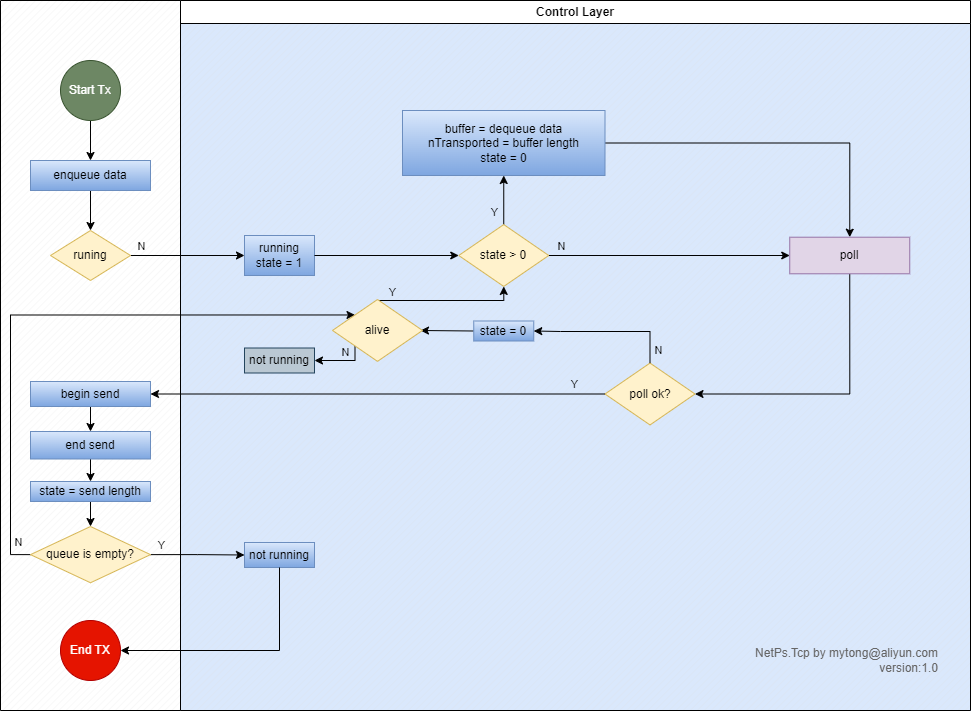
This is src/NetPs.Tcp/doc/TcpTx.png from NetProtocols/NetPs, a draw.io export, as it was before one commit. Source tidied: cells renumbered, new cells last; positions are measured from the earlier drawing's top-left corner, leaving out a move shared by most shapes. Source of this version:
```xml
<mxGraphModel>
  <root>
    <mxCell id="0" />
    <mxCell id="1" parent="0" />
    <mxCell id="2" style="verticalLabelPosition=bottom;verticalAlign=top;html=1;shape=mxgraph.basic.patternFillRect;fillStyle=diag;step=5;fillStrokeWidth=0.2;fillStrokeColor=#dddddd;fillColor=#dae8fc;strokeColor=#6c8ebf;" parent="1" vertex="1">
      <mxGeometry x="180" width="790" height="710" as="geometry" />
    </mxCell>
    <mxCell id="3" value="Control Layer" style="swimlane;whiteSpace=wrap;html=1;startSize=23;" parent="1" vertex="1">
      <mxGeometry x="180" width="790" height="710" as="geometry" />
    </mxCell>
    <mxCell id="4" style="edgeStyle=orthogonalEdgeStyle;rounded=0;jettySize=auto;html=1;exitX=0.5;exitY=0;exitDx=0;exitDy=0;entryX=0.5;entryY=1;entryDx=0;entryDy=0;" parent="3" edge="1" source="8" target="10">
      <mxGeometry relative="1" as="geometry" />
    </mxCell>
    <mxCell id="5" value="Y" style="edgeLabel;html=1;align=center;verticalAlign=middle;labelBackgroundColor=none;" parent="4" vertex="1">
      <mxGeometry x="-0.47" y="-2" relative="1" as="geometry">
        <mxPoint x="-12" as="offset" />
      </mxGeometry>
    </mxCell>
    <mxCell id="6" style="edgeStyle=orthogonalEdgeStyle;rounded=0;jettySize=auto;html=1;exitX=1;exitY=0.5;exitDx=0;exitDy=0;entryX=0;entryY=0.5;entryDx=0;entryDy=0;" parent="3" edge="1" source="8" target="12">
      <mxGeometry relative="1" as="geometry" />
    </mxCell>
    <mxCell id="7" value="N" style="edgeLabel;html=1;align=center;verticalAlign=middle;labelBackgroundColor=none;" parent="6" vertex="1">
      <mxGeometry x="-0.89" y="3" relative="1" as="geometry">
        <mxPoint x="-1" y="-7" as="offset" />
      </mxGeometry>
    </mxCell>
    <mxCell id="8" value="state &amp;gt; 0" style="rhombus;whiteSpace=wrap;html=1;fillColor=#fff2cc;strokeColor=#d6b656;" parent="3" vertex="1">
      <mxGeometry x="278.2" y="224.1" width="90" height="61.9" as="geometry" />
    </mxCell>
    <mxCell id="9" style="edgeStyle=orthogonalEdgeStyle;rounded=0;jettySize=auto;html=1;exitX=1;exitY=0.5;exitDx=0;exitDy=0;entryX=0.5;entryY=0;entryDx=0;entryDy=0;" parent="3" edge="1" source="10" target="12">
      <mxGeometry relative="1" as="geometry" />
    </mxCell>
    <mxCell id="10" value="buffer = dequeue data&lt;br&gt;nTransported = buffer length&lt;br&gt;state = 0" style="whiteSpace=wrap;html=1;fillColor=#dae8fc;gradientColor=#7ea6e0;strokeColor=#6c8ebf;" parent="3" vertex="1">
      <mxGeometry x="222" y="110" width="202.5" height="65" as="geometry" />
    </mxCell>
    <mxCell id="11" style="edgeStyle=orthogonalEdgeStyle;rounded=0;jettySize=auto;html=1;exitX=0.5;exitY=1;exitDx=0;exitDy=0;entryX=1;entryY=0.5;entryDx=0;entryDy=0;" parent="3" edge="1" source="12" target="13">
      <mxGeometry relative="1" as="geometry" />
    </mxCell>
    <mxCell id="12" value="poll" style="whiteSpace=wrap;html=1;fillColor=#e1d5e7;strokeColor=#9673a6;" parent="3" vertex="1">
      <mxGeometry x="609.2" y="236.7" width="120" height="36.6" as="geometry" />
    </mxCell>
    <mxCell id="13" value="poll ok?" style="rhombus;whiteSpace=wrap;html=1;fillColor=#fff2cc;strokeColor=#d6b656;" parent="3" vertex="1">
      <mxGeometry x="424.5" y="362.6" width="90" height="61.9" as="geometry" />
    </mxCell>
    <mxCell id="14" value="not running" style="whiteSpace=wrap;html=1;fillColor=#dae8fc;strokeColor=#6c8ebf;gradientColor=#7ea6e0;" parent="3" vertex="1">
      <mxGeometry x="64" y="542" width="70" height="25" as="geometry" />
    </mxCell>
    <mxCell id="15" value="not running" style="whiteSpace=wrap;html=1;fillColor=#bac8d3;strokeColor=#23445d;" parent="3" vertex="1">
      <mxGeometry x="64" y="347.5" width="70" height="25" as="geometry" />
    </mxCell>
    <mxCell id="16" value="running&lt;br&gt;state = 1" style="whiteSpace=wrap;html=1;fillColor=#dae8fc;strokeColor=#6c8ebf;gradientColor=#7ea6e0;" parent="3" vertex="1">
      <mxGeometry x="64" y="235" width="70" height="40" as="geometry" />
    </mxCell>
    <mxCell id="17" style="edgeStyle=orthogonalEdgeStyle;rounded=0;jettySize=auto;html=1;exitX=1;exitY=0.5;exitDx=0;exitDy=0;entryX=0;entryY=0.5;entryDx=0;entryDy=0;" parent="3" edge="1" source="16" target="8">
      <mxGeometry relative="1" as="geometry" />
    </mxCell>
    <mxCell id="18" style="edgeStyle=orthogonalEdgeStyle;rounded=0;jettySize=auto;html=1;exitX=0;exitY=0.5;exitDx=0;exitDy=0;" parent="3" edge="1" source="19">
      <mxGeometry relative="1" as="geometry">
        <mxPoint x="240" y="330" as="targetPoint" />
      </mxGeometry>
    </mxCell>
    <mxCell id="19" value="state = 0" style="whiteSpace=wrap;html=1;fillColor=#dae8fc;strokeColor=#6c8ebf;gradientColor=#7ea6e0;" parent="3" vertex="1">
      <mxGeometry x="293.2" y="320.5" width="60" height="20" as="geometry" />
    </mxCell>
    <mxCell id="20" style="edgeStyle=orthogonalEdgeStyle;rounded=0;jettySize=auto;html=1;exitX=0.5;exitY=0;exitDx=0;exitDy=0;entryX=1;entryY=0.5;entryDx=0;entryDy=0;" parent="3" edge="1" source="13" target="19">
      <mxGeometry relative="1" as="geometry">
        <Array as="points">
          <mxPoint x="470" y="331" />
          <mxPoint x="380" y="331" />
        </Array>
      </mxGeometry>
    </mxCell>
    <mxCell id="21" value="N" style="edgeLabel;html=1;align=center;verticalAlign=middle;labelBackgroundColor=none;" parent="20" vertex="1">
      <mxGeometry x="-0.97" y="-1" relative="1" as="geometry">
        <mxPoint x="7" y="-11" as="offset" />
      </mxGeometry>
    </mxCell>
    <mxCell id="22" style="verticalLabelPosition=bottom;verticalAlign=top;html=1;shape=mxgraph.basic.patternFillRect;fillStyle=diag;step=5;fillStrokeWidth=0.2;fillStrokeColor=#dddddd;" parent="1" vertex="1">
      <mxGeometry width="180" height="710" as="geometry" />
    </mxCell>
    <mxCell id="23" style="edgeStyle=orthogonalEdgeStyle;rounded=0;jettySize=auto;html=1;exitX=0.5;exitY=1;exitDx=0;exitDy=0;entryX=0.5;entryY=0;entryDx=0;entryDy=0;" parent="1" edge="1" source="24" target="40">
      <mxGeometry relative="1" as="geometry" />
    </mxCell>
    <mxCell id="24" value="Start Tx" style="ellipse;whiteSpace=wrap;html=1;fillColor=#6d8764;fontColor=#ffffff;strokeColor=#3A5431;" parent="1" vertex="1">
      <mxGeometry x="60" y="60" width="60" height="60" as="geometry" />
    </mxCell>
    <mxCell id="25" style="edgeStyle=orthogonalEdgeStyle;rounded=0;jettySize=auto;html=1;exitX=1;exitY=0.5;exitDx=0;exitDy=0;" parent="1" edge="1" source="27" target="16">
      <mxGeometry relative="1" as="geometry" />
    </mxCell>
    <mxCell id="26" value="N" style="edgeLabel;html=1;align=center;verticalAlign=middle;labelBackgroundColor=none;" parent="25" vertex="1">
      <mxGeometry x="-0.76" y="4" relative="1" as="geometry">
        <mxPoint x="-4" y="-6" as="offset" />
      </mxGeometry>
    </mxCell>
    <mxCell id="27" value="runing" style="rhombus;whiteSpace=wrap;html=1;fillColor=#fff2cc;strokeColor=#d6b656;" parent="1" vertex="1">
      <mxGeometry x="50" y="230" width="80" height="50" as="geometry" />
    </mxCell>
    <mxCell id="28" style="edgeStyle=orthogonalEdgeStyle;rounded=0;jettySize=auto;html=1;" parent="1" edge="1" source="29" target="31">
      <mxGeometry relative="1" as="geometry" />
    </mxCell>
    <mxCell id="29" value="begin send" style="whiteSpace=wrap;html=1;fillColor=#dae8fc;strokeColor=#6c8ebf;gradientColor=#7ea6e0;" parent="1" vertex="1">
      <mxGeometry x="30" y="381" width="120" height="25" as="geometry" />
    </mxCell>
    <mxCell id="30" style="edgeStyle=orthogonalEdgeStyle;rounded=0;jettySize=auto;html=1;exitX=0.5;exitY=1;exitDx=0;exitDy=0;" parent="1" edge="1" source="31" target="44">
      <mxGeometry relative="1" as="geometry" />
    </mxCell>
    <mxCell id="31" value="end send" style="whiteSpace=wrap;html=1;fillColor=#dae8fc;strokeColor=#6c8ebf;gradientColor=#7ea6e0;" parent="1" vertex="1">
      <mxGeometry x="30" y="431" width="120" height="27.5" as="geometry" />
    </mxCell>
    <mxCell id="32" style="edgeStyle=orthogonalEdgeStyle;rounded=0;jettySize=auto;html=1;exitX=0;exitY=0.5;exitDx=0;exitDy=0;entryX=0;entryY=0;entryDx=0;entryDy=0;" parent="1" edge="1" source="36" target="49">
      <mxGeometry relative="1" as="geometry">
        <Array as="points">
          <mxPoint x="10" y="554" />
          <mxPoint x="10" y="315" />
        </Array>
      </mxGeometry>
    </mxCell>
    <mxCell id="33" value="N" style="edgeLabel;html=1;align=center;verticalAlign=middle;labelBackgroundColor=none;" parent="32" vertex="1">
      <mxGeometry x="-0.89" y="-3" relative="1" as="geometry">
        <mxPoint x="4" as="offset" />
      </mxGeometry>
    </mxCell>
    <mxCell id="34" style="edgeStyle=orthogonalEdgeStyle;rounded=0;jettySize=auto;html=1;exitX=1;exitY=0.5;exitDx=0;exitDy=0;" parent="1" edge="1" source="36" target="14">
      <mxGeometry relative="1" as="geometry" />
    </mxCell>
    <mxCell id="35" value="Y" style="edgeLabel;html=1;align=center;verticalAlign=middle;labelBackgroundColor=none;" parent="34" vertex="1">
      <mxGeometry x="-0.7" y="3" relative="1" as="geometry">
        <mxPoint x="-3" y="-7" as="offset" />
      </mxGeometry>
    </mxCell>
    <mxCell id="36" value="queue is empty?" style="rhombus;whiteSpace=wrap;html=1;fillColor=#fff2cc;strokeColor=#d6b656;" parent="1" vertex="1">
      <mxGeometry x="30" y="526" width="120" height="56.2" as="geometry" />
    </mxCell>
    <mxCell id="37" value="End TX" style="ellipse;whiteSpace=wrap;html=1;fillColor=#e51400;fontColor=#ffffff;strokeColor=#B20000;" parent="1" vertex="1">
      <mxGeometry x="60" y="620" width="60" height="60" as="geometry" />
    </mxCell>
    <mxCell id="38" value="&lt;font color=&quot;#666666&quot;&gt;NetPs.Tcp by mytong@aliyun.com&lt;br&gt;version:1.0&lt;br&gt;&lt;/font&gt;" style="rounded=1;whiteSpace=wrap;html=1;fillColor=none;strokeColor=none;align=right;" parent="1" vertex="1">
      <mxGeometry x="710" y="630" width="230" height="60" as="geometry" />
    </mxCell>
    <mxCell id="39" style="edgeStyle=orthogonalEdgeStyle;rounded=0;jettySize=auto;html=1;exitX=0.5;exitY=1;exitDx=0;exitDy=0;" parent="1" edge="1" source="40" target="27">
      <mxGeometry relative="1" as="geometry" />
    </mxCell>
    <mxCell id="40" value="enqueue data&lt;br&gt;" style="whiteSpace=wrap;html=1;fillColor=#dae8fc;strokeColor=#6c8ebf;gradientColor=#7ea6e0;" parent="1" vertex="1">
      <mxGeometry x="30" y="160" width="120" height="30" as="geometry" />
    </mxCell>
    <mxCell id="41" style="edgeStyle=orthogonalEdgeStyle;rounded=0;jettySize=auto;html=1;exitX=0;exitY=0.5;exitDx=0;exitDy=0;entryX=1;entryY=0.5;entryDx=0;entryDy=0;" parent="1" edge="1" source="13" target="29">
      <mxGeometry relative="1" as="geometry" />
    </mxCell>
    <mxCell id="42" value="Y" style="edgeLabel;html=1;align=center;verticalAlign=middle;labelBackgroundColor=none;" parent="41" vertex="1">
      <mxGeometry x="-0.89" y="3" relative="1" as="geometry">
        <mxPoint x="-5" y="-13" as="offset" />
      </mxGeometry>
    </mxCell>
    <mxCell id="43" style="edgeStyle=orthogonalEdgeStyle;rounded=0;jettySize=auto;html=1;exitX=0.5;exitY=1;exitDx=0;exitDy=0;entryX=0.5;entryY=0;entryDx=0;entryDy=0;" parent="1" edge="1" source="44" target="36">
      <mxGeometry relative="1" as="geometry" />
    </mxCell>
    <mxCell id="44" value="state = send length" style="whiteSpace=wrap;html=1;fillColor=#dae8fc;strokeColor=#6c8ebf;gradientColor=#7ea6e0;" parent="1" vertex="1">
      <mxGeometry x="30" y="481" width="120" height="20" as="geometry" />
    </mxCell>
    <mxCell id="45" style="edgeStyle=orthogonalEdgeStyle;rounded=0;jettySize=auto;html=1;entryX=0.5;entryY=1;entryDx=0;entryDy=0;" parent="1" edge="1" source="49" target="8">
      <mxGeometry relative="1" as="geometry">
        <Array as="points">
          <mxPoint x="378" y="300" />
          <mxPoint x="503" y="300" />
        </Array>
      </mxGeometry>
    </mxCell>
    <mxCell id="46" value="Y" style="edgeLabel;html=1;align=center;verticalAlign=middle;labelBackgroundColor=none;" parent="45" vertex="1">
      <mxGeometry x="-0.66" y="-2" relative="1" as="geometry">
        <mxPoint x="-11" y="-11" as="offset" />
      </mxGeometry>
    </mxCell>
    <mxCell id="47" style="edgeStyle=orthogonalEdgeStyle;rounded=0;jettySize=auto;html=1;exitX=0;exitY=1;exitDx=0;exitDy=0;entryX=1;entryY=0.5;entryDx=0;entryDy=0;" parent="1" edge="1" source="49" target="15">
      <mxGeometry relative="1" as="geometry">
        <Array as="points">
          <mxPoint x="355" y="360" />
        </Array>
      </mxGeometry>
    </mxCell>
    <mxCell id="48" value="N" style="edgeLabel;html=1;align=center;verticalAlign=middle;labelBackgroundColor=none;" parent="47" vertex="1">
      <mxGeometry x="-0.09" y="1" relative="1" as="geometry">
        <mxPoint y="-10" as="offset" />
      </mxGeometry>
    </mxCell>
    <mxCell id="49" value="alive" style="rhombus;whiteSpace=wrap;html=1;fillColor=#fff2cc;strokeColor=#d6b656;" parent="1" vertex="1">
      <mxGeometry x="332" y="299" width="90" height="61.9" as="geometry" />
    </mxCell>
    <mxCell id="50" style="edgeStyle=orthogonalEdgeStyle;rounded=0;jettySize=auto;html=1;exitX=0.5;exitY=1;exitDx=0;exitDy=0;entryX=1;entryY=0.5;entryDx=0;entryDy=0;" parent="1" edge="1" source="14" target="37">
      <mxGeometry relative="1" as="geometry" />
    </mxCell>
  </root>
</mxGraphModel>
```
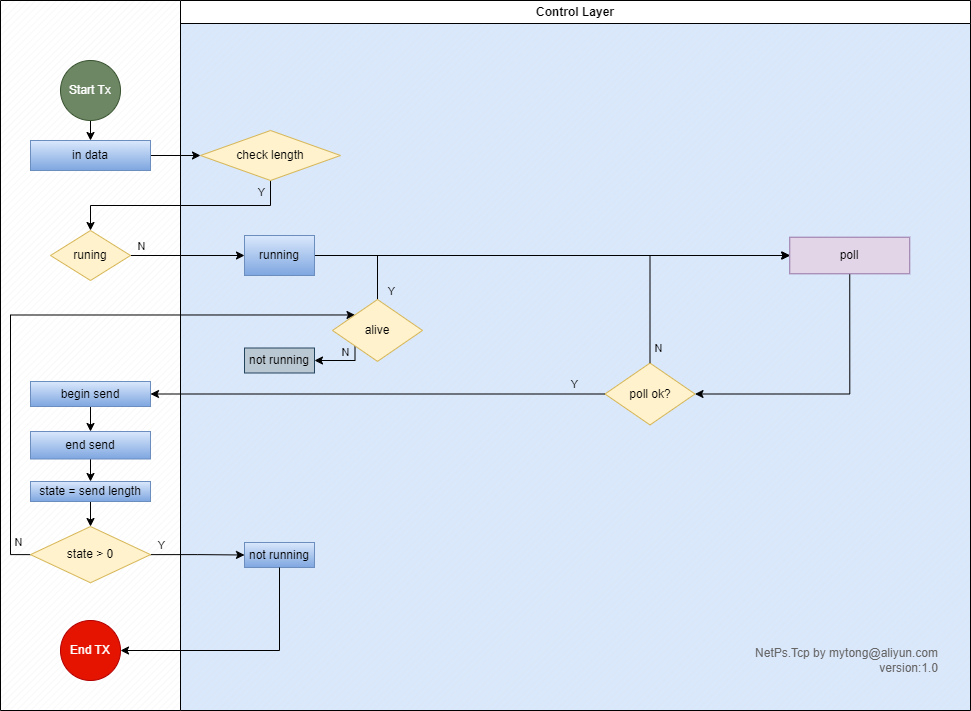
After the commit.

What changed in the source:
```diff
@@ -8,31 +8,6 @@
     <mxCell id="3" value="Control Layer" style="swimlane;whiteSpace=wrap;html=1;startSize=23;" parent="1" vertex="1">
       <mxGeometry x="180" width="790" height="710" as="geometry" />
     </mxCell>
-    <mxCell id="4" style="edgeStyle=orthogonalEdgeStyle;rounded=0;jettySize=auto;html=1;exitX=0.5;exitY=0;exitDx=0;exitDy=0;entryX=0.5;entryY=1;entryDx=0;entryDy=0;" parent="3" edge="1" source="8" target="10">
-      <mxGeometry relative="1" as="geometry" />
-    </mxCell>
-    <mxCell id="5" value="Y" style="edgeLabel;html=1;align=center;verticalAlign=middle;labelBackgroundColor=none;" parent="4" vertex="1">
-      <mxGeometry x="-0.47" y="-2" relative="1" as="geometry">
-        <mxPoint x="-12" as="offset" />
-      </mxGeometry>
-    </mxCell>
-    <mxCell id="6" style="edgeStyle=orthogonalEdgeStyle;rounded=0;jettySize=auto;html=1;exitX=1;exitY=0.5;exitDx=0;exitDy=0;entryX=0;entryY=0.5;entryDx=0;entryDy=0;" parent="3" edge="1" source="8" target="12">
-      <mxGeometry relative="1" as="geometry" />
-    </mxCell>
-    <mxCell id="7" value="N" style="edgeLabel;html=1;align=center;verticalAlign=middle;labelBackgroundColor=none;" parent="6" vertex="1">
-      <mxGeometry x="-0.89" y="3" relative="1" as="geometry">
-        <mxPoint x="-1" y="-7" as="offset" />
-      </mxGeometry>
-    </mxCell>
-    <mxCell id="8" value="state &amp;gt; 0" style="rhombus;whiteSpace=wrap;html=1;fillColor=#fff2cc;strokeColor=#d6b656;" parent="3" vertex="1">
-      <mxGeometry x="278.2" y="224.1" width="90" height="61.9" as="geometry" />
-    </mxCell>
-    <mxCell id="9" style="edgeStyle=orthogonalEdgeStyle;rounded=0;jettySize=auto;html=1;exitX=1;exitY=0.5;exitDx=0;exitDy=0;entryX=0.5;entryY=0;entryDx=0;entryDy=0;" parent="3" edge="1" source="10" target="12">
-      <mxGeometry relative="1" as="geometry" />
-    </mxCell>
-    <mxCell id="10" value="buffer = dequeue data&lt;br&gt;nTransported = buffer length&lt;br&gt;state = 0" style="whiteSpace=wrap;html=1;fillColor=#dae8fc;gradientColor=#7ea6e0;strokeColor=#6c8ebf;" parent="3" vertex="1">
-      <mxGeometry x="222" y="110" width="202.5" height="65" as="geometry" />
-    </mxCell>
     <mxCell id="11" style="edgeStyle=orthogonalEdgeStyle;rounded=0;jettySize=auto;html=1;exitX=0.5;exitY=1;exitDx=0;exitDy=0;entryX=1;entryY=0.5;entryDx=0;entryDy=0;" parent="3" edge="1" source="12" target="13">
       <mxGeometry relative="1" as="geometry" />
     </mxCell>
@@ -48,25 +23,16 @@
     <mxCell id="15" value="not running" style="whiteSpace=wrap;html=1;fillColor=#bac8d3;strokeColor=#23445d;" parent="3" vertex="1">
       <mxGeometry x="64" y="347.5" width="70" height="25" as="geometry" />
     </mxCell>
+    <mxCell id="51" style="edgeStyle=orthogonalEdgeStyle;rounded=0;jettySize=auto;html=1;exitX=1;exitY=0.5;exitDx=0;exitDy=0;entryX=0;entryY=0.5;entryDx=0;entryDy=0;" parent="3" edge="1" source="16" target="12">
+      <mxGeometry relative="1" as="geometry" />
+    </mxCell>
-    <mxCell id="16" value="running&lt;br&gt;state = 1" style="whiteSpace=wrap;html=1;fillColor=#dae8fc;strokeColor=#6c8ebf;gradientColor=#7ea6e0;" parent="3" vertex="1">
+    <mxCell id="16" value="running" style="whiteSpace=wrap;html=1;fillColor=#dae8fc;strokeColor=#6c8ebf;gradientColor=#7ea6e0;" parent="3" vertex="1">
       <mxGeometry x="64" y="235" width="70" height="40" as="geometry" />
     </mxCell>
-    <mxCell id="17" style="edgeStyle=orthogonalEdgeStyle;rounded=0;jettySize=auto;html=1;exitX=1;exitY=0.5;exitDx=0;exitDy=0;entryX=0;entryY=0.5;entryDx=0;entryDy=0;" parent="3" edge="1" source="16" target="8">
-      <mxGeometry relative="1" as="geometry" />
-    </mxCell>
-    <mxCell id="18" style="edgeStyle=orthogonalEdgeStyle;rounded=0;jettySize=auto;html=1;exitX=0;exitY=0.5;exitDx=0;exitDy=0;" parent="3" edge="1" source="19">
-      <mxGeometry relative="1" as="geometry">
-        <mxPoint x="240" y="330" as="targetPoint" />
-      </mxGeometry>
-    </mxCell>
-    <mxCell id="19" value="state = 0" style="whiteSpace=wrap;html=1;fillColor=#dae8fc;strokeColor=#6c8ebf;gradientColor=#7ea6e0;" parent="3" vertex="1">
-      <mxGeometry x="293.2" y="320.5" width="60" height="20" as="geometry" />
-    </mxCell>
-    <mxCell id="20" style="edgeStyle=orthogonalEdgeStyle;rounded=0;jettySize=auto;html=1;exitX=0.5;exitY=0;exitDx=0;exitDy=0;entryX=1;entryY=0.5;entryDx=0;entryDy=0;" parent="3" edge="1" source="13" target="19">
+    <mxCell id="20" style="edgeStyle=orthogonalEdgeStyle;rounded=0;jettySize=auto;html=1;exitX=0.5;exitY=0;exitDx=0;exitDy=0;entryX=0;entryY=0.5;entryDx=0;entryDy=0;" parent="3" edge="1" source="13" target="12">
       <mxGeometry relative="1" as="geometry">
         <Array as="points">
-          <mxPoint x="470" y="331" />
-          <mxPoint x="380" y="331" />
+          <mxPoint x="470" y="255" />
         </Array>
       </mxGeometry>
     </mxCell>
@@ -128,7 +94,7 @@
         <mxPoint x="-3" y="-7" as="offset" />
       </mxGeometry>
     </mxCell>
-    <mxCell id="36" value="queue is empty?" style="rhombus;whiteSpace=wrap;html=1;fillColor=#fff2cc;strokeColor=#d6b656;" parent="1" vertex="1">
+    <mxCell id="36" value="state &amp;gt; 0" style="rhombus;whiteSpace=wrap;html=1;fillColor=#fff2cc;strokeColor=#d6b656;" parent="1" vertex="1">
       <mxGeometry x="30" y="526" width="120" height="56.2" as="geometry" />
     </mxCell>
     <mxCell id="37" value="End TX" style="ellipse;whiteSpace=wrap;html=1;fillColor=#e51400;fontColor=#ffffff;strokeColor=#B20000;" parent="1" vertex="1">
@@ -137,11 +103,11 @@
     <mxCell id="38" value="&lt;font color=&quot;#666666&quot;&gt;NetPs.Tcp by mytong@aliyun.com&lt;br&gt;version:1.0&lt;br&gt;&lt;/font&gt;" style="rounded=1;whiteSpace=wrap;html=1;fillColor=none;strokeColor=none;align=right;" parent="1" vertex="1">
       <mxGeometry x="710" y="630" width="230" height="60" as="geometry" />
     </mxCell>
-    <mxCell id="39" style="edgeStyle=orthogonalEdgeStyle;rounded=0;jettySize=auto;html=1;exitX=0.5;exitY=1;exitDx=0;exitDy=0;" parent="1" edge="1" source="40" target="27">
-      <mxGeometry relative="1" as="geometry" />
-    </mxCell>
+    <mxCell id="52" style="edgeStyle=orthogonalEdgeStyle;rounded=0;jettySize=auto;html=1;exitX=1;exitY=0.5;exitDx=0;exitDy=0;entryX=0;entryY=0.5;entryDx=0;entryDy=0;" parent="1" edge="1" source="40" target="54">
+      <mxGeometry relative="1" as="geometry" />
+    </mxCell>
-    <mxCell id="40" value="enqueue data&lt;br&gt;" style="whiteSpace=wrap;html=1;fillColor=#dae8fc;strokeColor=#6c8ebf;gradientColor=#7ea6e0;" parent="1" vertex="1">
-      <mxGeometry x="30" y="160" width="120" height="30" as="geometry" />
+    <mxCell id="40" value="in data" style="whiteSpace=wrap;html=1;fillColor=#dae8fc;strokeColor=#6c8ebf;gradientColor=#7ea6e0;" parent="1" vertex="1">
+      <mxGeometry x="30" y="140" width="120" height="30" as="geometry" />
     </mxCell>
     <mxCell id="41" style="edgeStyle=orthogonalEdgeStyle;rounded=0;jettySize=auto;html=1;exitX=0;exitY=0.5;exitDx=0;exitDy=0;entryX=1;entryY=0.5;entryDx=0;entryDy=0;" parent="1" edge="1" source="13" target="29">
       <mxGeometry relative="1" as="geometry" />
@@ -157,17 +123,16 @@
     <mxCell id="44" value="state = send length" style="whiteSpace=wrap;html=1;fillColor=#dae8fc;strokeColor=#6c8ebf;gradientColor=#7ea6e0;" parent="1" vertex="1">
       <mxGeometry x="30" y="481" width="120" height="20" as="geometry" />
     </mxCell>
-    <mxCell id="45" style="edgeStyle=orthogonalEdgeStyle;rounded=0;jettySize=auto;html=1;entryX=0.5;entryY=1;entryDx=0;entryDy=0;" parent="1" edge="1" source="49" target="8">
+    <mxCell id="45" style="edgeStyle=orthogonalEdgeStyle;rounded=0;jettySize=auto;html=1;entryX=0;entryY=0.5;entryDx=0;entryDy=0;" parent="1" edge="1" source="49" target="12">
       <mxGeometry relative="1" as="geometry">
         <Array as="points">
-          <mxPoint x="378" y="300" />
-          <mxPoint x="503" y="300" />
+          <mxPoint x="377" y="255" />
         </Array>
       </mxGeometry>
     </mxCell>
     <mxCell id="46" value="Y" style="edgeLabel;html=1;align=center;verticalAlign=middle;labelBackgroundColor=none;" parent="45" vertex="1">
       <mxGeometry x="-0.66" y="-2" relative="1" as="geometry">
-        <mxPoint x="-11" y="-11" as="offset" />
+        <mxPoint x="-21" y="33" as="offset" />
       </mxGeometry>
     </mxCell>
     <mxCell id="47" style="edgeStyle=orthogonalEdgeStyle;rounded=0;jettySize=auto;html=1;exitX=0;exitY=1;exitDx=0;exitDy=0;entryX=1;entryY=0.5;entryDx=0;entryDy=0;" parent="1" edge="1" source="49" target="15">
@@ -188,5 +153,16 @@
     <mxCell id="50" style="edgeStyle=orthogonalEdgeStyle;rounded=0;jettySize=auto;html=1;exitX=0.5;exitY=1;exitDx=0;exitDy=0;entryX=1;entryY=0.5;entryDx=0;entryDy=0;" parent="1" edge="1" source="14" target="37">
       <mxGeometry relative="1" as="geometry" />
     </mxCell>
+    <mxCell id="53" style="edgeStyle=orthogonalEdgeStyle;rounded=0;jettySize=auto;html=1;exitX=0.5;exitY=1;exitDx=0;exitDy=0;entryX=0.5;entryY=0;entryDx=0;entryDy=0;" parent="1" edge="1" source="54" target="27">
+      <mxGeometry relative="1" as="geometry" />
+    </mxCell>
+    <mxCell id="5" value="Y" style="edgeLabel;html=1;align=center;verticalAlign=middle;labelBackgroundColor=none;" parent="53" vertex="1">
+      <mxGeometry x="-0.9" relative="1" as="geometry">
+        <mxPoint x="-10" as="offset" />
+      </mxGeometry>
+    </mxCell>
+    <mxCell id="54" value="check length" style="rhombus;whiteSpace=wrap;html=1;fillColor=#fff2cc;strokeColor=#d6b656;" parent="1" vertex="1">
+      <mxGeometry x="200" y="130" width="140" height="50" as="geometry" />
+    </mxCell>
   </root>
 </mxGraphModel>
```
